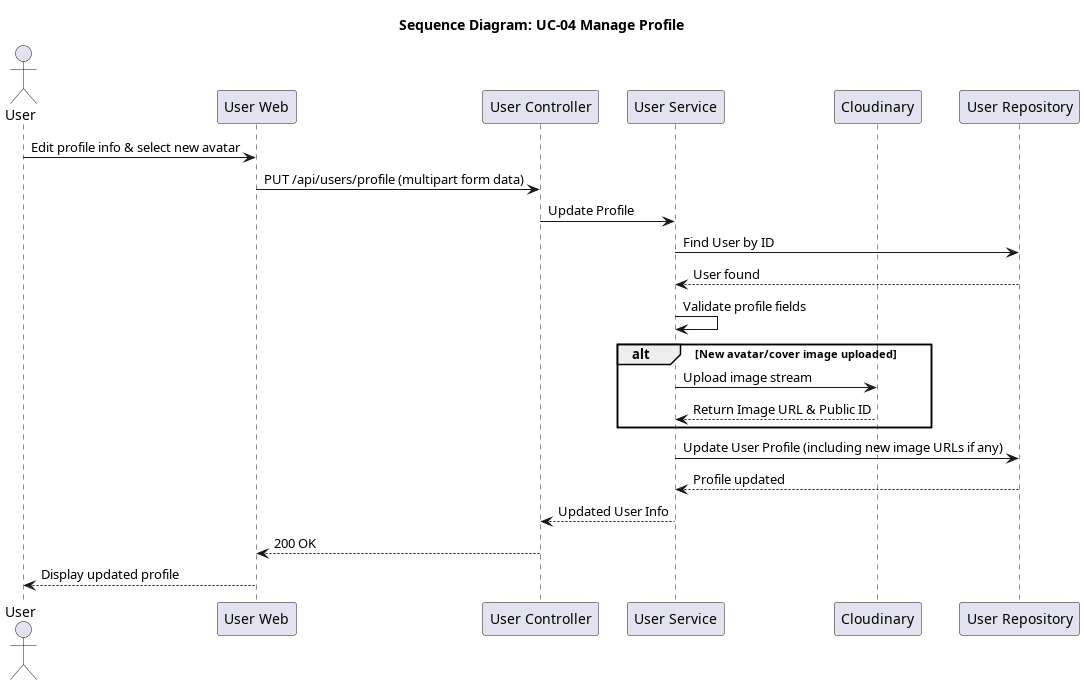
This is docs/srs_add/SAD/diagrams/seq_04_manage_profile.png from giakiet05/lkforum-new, a PlantUML export, as it was before one commit.
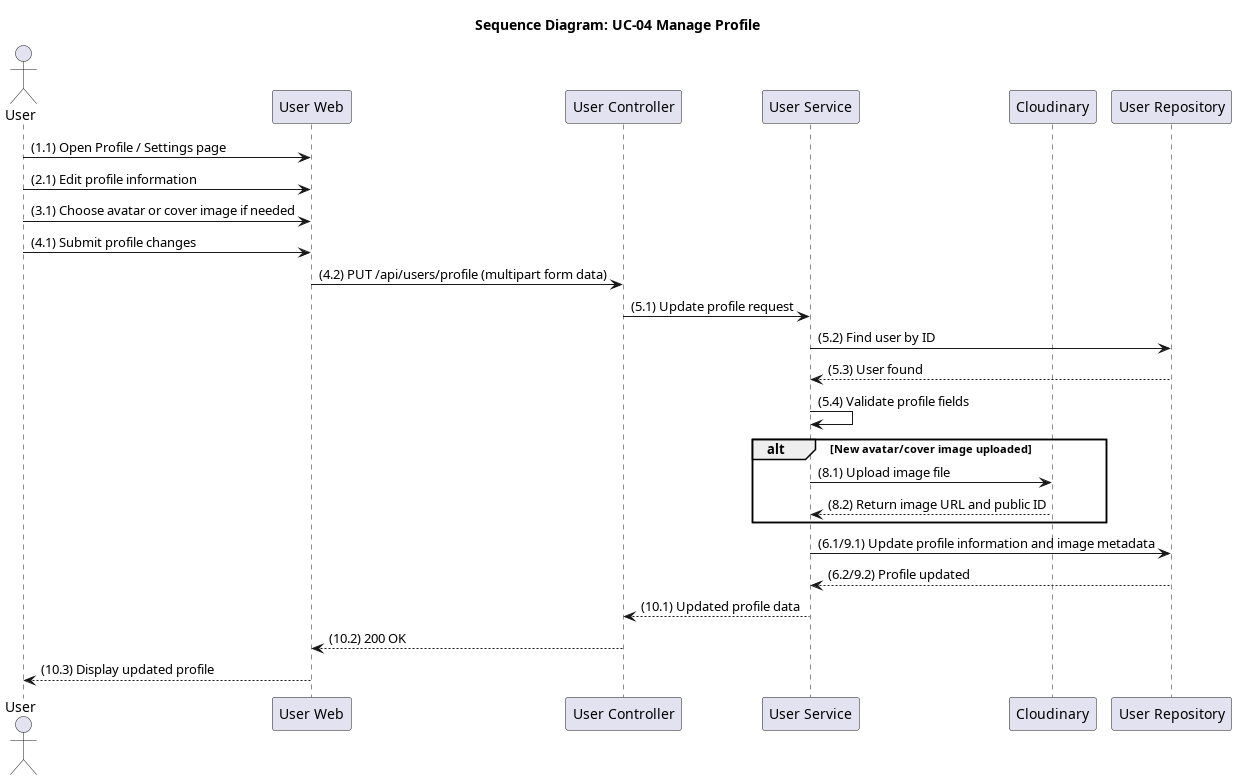
After the change.

Change to the diagram source:
```diff
@@ -8,21 +8,24 @@
 participant "Cloudinary" as Cloudinary
 participant "User Repository" as Repo
 
-User -> Frontend: Edit profile info & select new avatar
-Frontend -> Controller: PUT /api/users/profile (multipart form data)
-Controller -> Service: Update Profile
-Service -> Repo: Find User by ID
-Repo --> Service: User found
-Service -> Service: Validate profile fields
+User -> Frontend: (1.1) Open Profile / Settings page
+User -> Frontend: (2.1) Edit profile information
+User -> Frontend: (3.1) Choose avatar or cover image if needed
+User -> Frontend: (4.1) Submit profile changes
+Frontend -> Controller: (4.2) PUT /api/users/profile (multipart form data)
+Controller -> Service: (5.1) Update profile request
+Service -> Repo: (5.2) Find user by ID
+Repo --> Service: (5.3) User found
+Service -> Service: (5.4) Validate profile fields
 
 alt New avatar/cover image uploaded
-    Service -> Cloudinary: Upload image stream
-    Cloudinary --> Service: Return Image URL & Public ID
+    Service -> Cloudinary: (8.1) Upload image file
+    Cloudinary --> Service: (8.2) Return image URL and public ID
 end
 
-Service -> Repo: Update User Profile (including new image URLs if any)
-Repo --> Service: Profile updated
-Service --> Controller: Updated User Info
-Controller --> Frontend: 200 OK
-Frontend --> User: Display updated profile
+Service -> Repo: (6.1/9.1) Update profile information and image metadata
+Repo --> Service: (6.2/9.2) Profile updated
+Service --> Controller: (10.1) Updated profile data
+Controller --> Frontend: (10.2) 200 OK
+Frontend --> User: (10.3) Display updated profile
 @enduml
```
